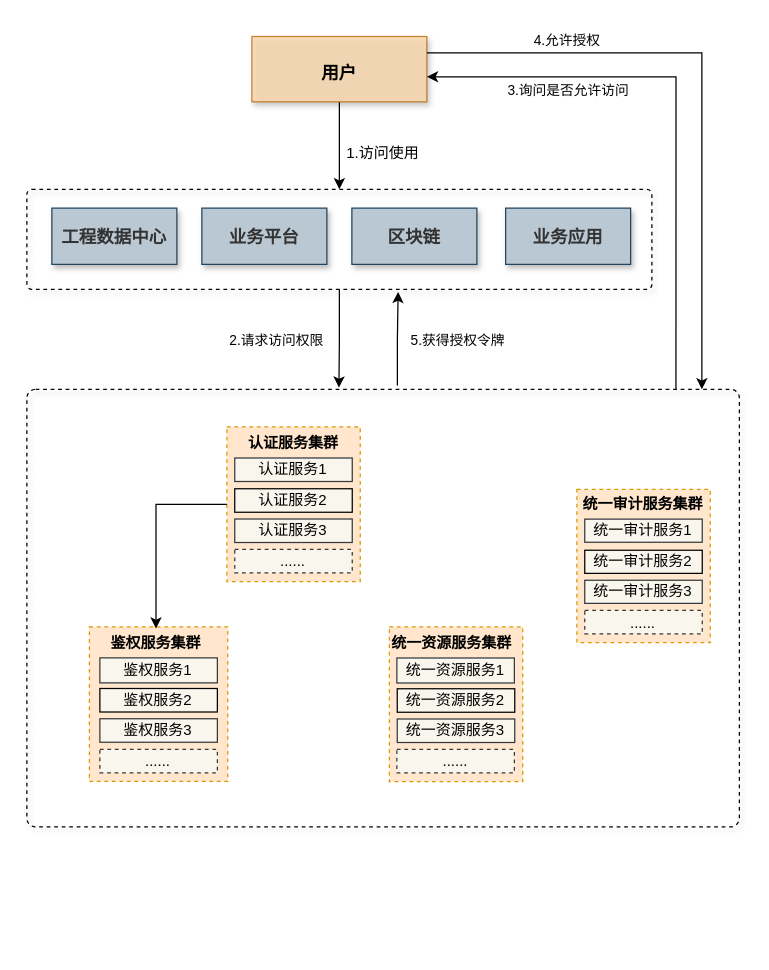
Earlier version of the draw.io diagram page "第 1 页" (1 of 2) of 东庄信息化项目-统一权限管理1.drawio (sun-beijixing/drawio). Source tidied: cells renumbered, new cells numbered last; positions are measured from the earlier drawing's top-left corner, leaving out a move shared by most shapes. Both pictures are drawn from the tidied source at 125%, with x=0, y=0 at pixel (26, 26).
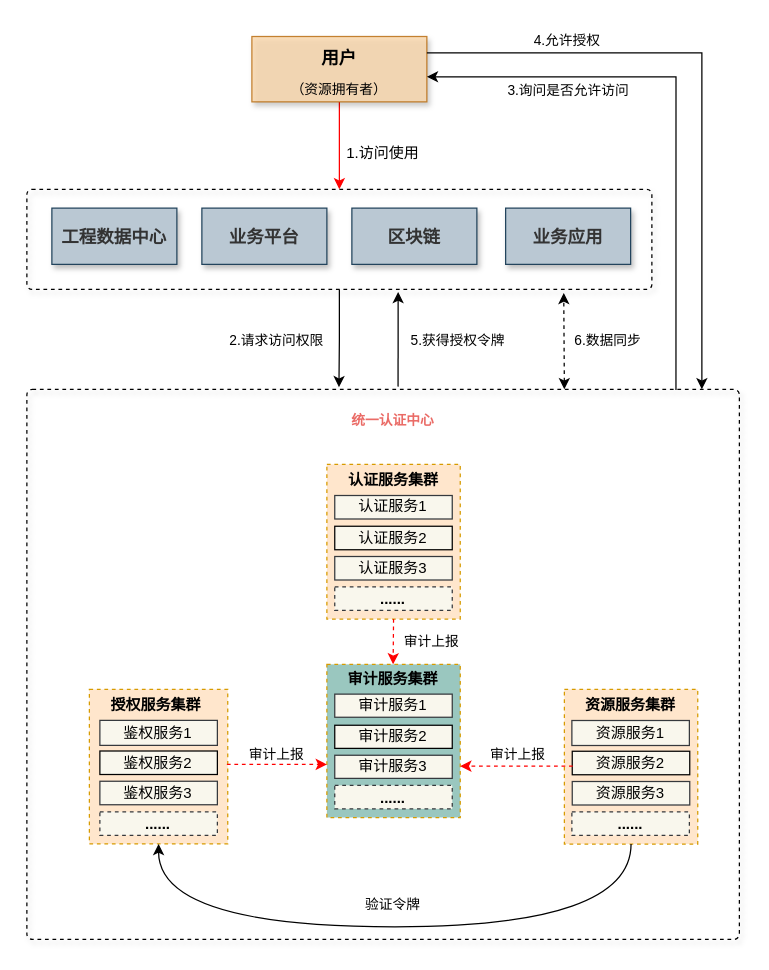
Above is the later version.

Commit message:
更新东庄信息化项目-统一权限管理1.drawio

Unchanged cells that the change refers to:
```xml
<mxCell id="2" style="rounded=1;whiteSpace=wrap;html=1;shadow=1;fontSize=11;strokeWidth=1;fillColor=none;dashed=1;arcSize=5;" parent="1" vertex="1">
  <mxGeometry y="130" width="500" height="80" as="geometry" />
</mxCell>
<mxCell id="13" style="rounded=0;whiteSpace=wrap;html=1;shadow=0;glass=0;sketch=0;fillColor=#ffe6cc;strokeColor=#d79b00;dashed=1;" parent="12" vertex="1">
  <mxGeometry width="106.7" height="123.7" as="geometry" />
</mxCell>
<mxCell id="20" style="rounded=0;whiteSpace=wrap;html=1;shadow=0;glass=0;sketch=0;fillColor=#ffe6cc;strokeColor=#d79b00;dashed=1;" parent="19" vertex="1">
  <mxGeometry width="106.7" height="123.7" as="geometry" />
</mxCell>
<mxCell id="27" style="rounded=0;whiteSpace=wrap;html=1;shadow=0;glass=0;sketch=0;fillColor=#ffe6cc;strokeColor=#d79b00;dashed=1;" parent="26" vertex="1">
  <mxGeometry width="110.7" height="123.6" as="geometry" />
</mxCell>
```

Change to the diagram source:
```diff
@@
-    <mxCell id="3" style="text;html=1;fillColor=none;align=center;verticalAlign=middle;whiteSpace=wrap;fontSize=54;fontStyle=1;shadow=1;rounded=1;glass=0;sketch=0;arcSize=2;dashed=1;strokeWidth=1;strokeColor=default;" parent="1" vertex="1">
-      <mxGeometry y="290" width="570" height="350" as="geometry" />
+    <mxCell id="3" style="text;html=1;fillColor=none;align=center;verticalAlign=middle;whiteSpace=wrap;fontSize=54;fontStyle=1;shadow=1;rounded=1;glass=0;sketch=0;arcSize=1;dashed=1;strokeWidth=1;strokeColor=default;" parent="1" vertex="1">
+      <mxGeometry y="290" width="570" height="440" as="geometry" />
     </mxCell>
@@
     <mxCell id="5" style="group;" parent="1" vertex="1">
-      <mxGeometry x="440" y="370" width="106.7" height="122.5" as="geometry" />
+      <mxGeometry x="240" y="510" width="106.7" height="122.5" as="geometry" />
     </mxCell>
-    <mxCell id="6" style="rounded=0;whiteSpace=wrap;html=1;shadow=0;glass=0;sketch=0;fillColor=#ffe6cc;strokeColor=#d79b00;dashed=1;" parent="5" vertex="1">
+    <mxCell id="6" style="rounded=0;whiteSpace=wrap;html=1;shadow=0;glass=0;sketch=0;fillColor=#9AC7BF;strokeColor=#d79b00;dashed=1;" parent="5" vertex="1">
       <mxGeometry width="106.7" height="122.5" as="geometry" />
     </mxCell>
-    <mxCell id="7" value="&lt;font style=&quot;font-size: 12px;&quot;&gt;&lt;b&gt;统一审计服务集群&lt;/b&gt;&lt;/font&gt;" style="text;html=1;strokeColor=none;fillColor=none;align=center;verticalAlign=middle;whiteSpace=wrap;rounded=0;shadow=1;fontSize=16;" parent="5" vertex="1">
+    <mxCell id="7" value="&lt;font style=&quot;font-size: 12px;&quot;&gt;&lt;b&gt;审计服务集群&lt;/b&gt;&lt;/font&gt;" style="text;html=1;strokeColor=none;fillColor=none;align=center;verticalAlign=middle;whiteSpace=wrap;rounded=0;shadow=1;fontSize=16;" parent="5" vertex="1">
       <mxGeometry x="3.3" y="0.4" width="100" height="18.5" as="geometry" />
     </mxCell>
-    <mxCell id="8" value="统一审计服务1" style="rounded=0;whiteSpace=wrap;html=1;shadow=0;fontSize=12;fillColor=#f9f7ed;strokeColor=#36393d;" parent="5" vertex="1">
+    <mxCell id="8" value="审计服务1" style="rounded=0;whiteSpace=wrap;html=1;shadow=0;fontSize=12;fillColor=#f9f7ed;strokeColor=#36393d;" parent="5" vertex="1">
       <mxGeometry x="6.3" y="23.8" width="94" height="18.5" as="geometry" />
     </mxCell>
-    <mxCell id="9" value="统一审计服务2" style="rounded=0;whiteSpace=wrap;html=1;shadow=0;fontSize=12;fillColor=#f9f7ed;strokeColor=default;" parent="5" vertex="1">
+    <mxCell id="9" value="审计服务2" style="rounded=0;whiteSpace=wrap;html=1;shadow=0;fontSize=12;fillColor=#f9f7ed;strokeColor=default;" parent="5" vertex="1">
       <mxGeometry x="6.3" y="48.7" width="94" height="18.5" as="geometry" />
     </mxCell>
-    <mxCell id="10" value="统一审计服务3" style="rounded=0;whiteSpace=wrap;html=1;shadow=0;fontSize=12;fillColor=#f9f7ed;strokeColor=#36393d;" parent="5" vertex="1">
+    <mxCell id="10" value="审计服务3" style="rounded=0;whiteSpace=wrap;html=1;shadow=0;fontSize=12;fillColor=#f9f7ed;strokeColor=#36393d;" parent="5" vertex="1">
       <mxGeometry x="6.3" y="72.7" width="94" height="18.5" as="geometry" />
     </mxCell>
-    <mxCell id="11" value="......" style="rounded=0;whiteSpace=wrap;html=1;shadow=0;fontSize=12;fillColor=#f9f7ed;strokeColor=#36393d;dashed=1;verticalAlign=bottom;align=center;" parent="5" vertex="1">
+    <mxCell id="11" value="&lt;b&gt;......&lt;/b&gt;" style="rounded=0;whiteSpace=wrap;html=1;shadow=0;fontSize=12;fillColor=#f9f7ed;strokeColor=#36393d;dashed=1;verticalAlign=bottom;align=center;" parent="5" vertex="1">
       <mxGeometry x="6.3" y="96.8" width="94" height="18.8" as="geometry" />
     </mxCell>
     <mxCell id="12" style="group;" parent="1" vertex="1">
-      <mxGeometry x="160" y="320" width="106.7" height="123.7" as="geometry" />
+      <mxGeometry x="240" y="350" width="106.7" height="123.7" as="geometry" />
     </mxCell>
@@
-    <mxCell id="18" value="......" style="rounded=0;whiteSpace=wrap;html=1;shadow=0;fontSize=12;fillColor=#f9f7ed;strokeColor=#36393d;dashed=1;verticalAlign=bottom;align=center;" parent="12" vertex="1">
+    <mxCell id="18" value="&lt;b&gt;......&lt;/b&gt;" style="rounded=0;whiteSpace=wrap;html=1;shadow=0;fontSize=12;fillColor=#f9f7ed;strokeColor=#36393d;dashed=1;verticalAlign=bottom;align=center;" parent="12" vertex="1">
       <mxGeometry x="6.3" y="98" width="94" height="18.8" as="geometry" />
     </mxCell>
     <mxCell id="19" style="group;" parent="1" vertex="1">
-      <mxGeometry x="290" y="480" width="106.7" height="123.7" as="geometry" />
+      <mxGeometry x="430" y="530" width="106.7" height="123.7" as="geometry" />
     </mxCell>
@@
-    <mxCell id="21" value="&lt;font style=&quot;font-size: 12px;&quot;&gt;&lt;b&gt;统一资源服务集群&lt;/b&gt;&lt;/font&gt;" style="text;html=1;strokeColor=none;fillColor=none;align=center;verticalAlign=middle;whiteSpace=wrap;rounded=0;shadow=1;fontSize=16;" parent="19" vertex="1">
-      <mxGeometry y="1.2" width="100" height="18.8" as="geometry" />
+    <mxCell id="21" value="&lt;font style=&quot;font-size: 12px;&quot;&gt;&lt;b&gt;资源服务集群&lt;/b&gt;&lt;/font&gt;" style="text;html=1;strokeColor=none;fillColor=none;align=center;verticalAlign=middle;whiteSpace=wrap;rounded=0;shadow=1;fontSize=16;" parent="19" vertex="1">
+      <mxGeometry x="3" y="1.2" width="100" height="18.8" as="geometry" />
     </mxCell>
-    <mxCell id="22" value="统一资源服务1" style="rounded=0;whiteSpace=wrap;html=1;shadow=0;fontSize=12;fillColor=#f9f7ed;strokeColor=#36393d;" parent="19" vertex="1">
+    <mxCell id="22" value="资源服务1" style="rounded=0;whiteSpace=wrap;html=1;shadow=0;fontSize=12;fillColor=#f9f7ed;strokeColor=#36393d;" parent="19" vertex="1">
       <mxGeometry x="6" y="24.9" width="94" height="20" as="geometry" />
     </mxCell>
-    <mxCell id="23" value="统一资源服务2" style="rounded=0;whiteSpace=wrap;html=1;shadow=0;fontSize=12;fillColor=#f9f7ed;strokeColor=default;" parent="19" vertex="1">
+    <mxCell id="23" value="资源服务2" style="rounded=0;whiteSpace=wrap;html=1;shadow=0;fontSize=12;fillColor=#f9f7ed;strokeColor=default;" parent="19" vertex="1">
       <mxGeometry x="6.3" y="49.5" width="94" height="18.8" as="geometry" />
     </mxCell>
-    <mxCell id="24" value="统一资源服务3" style="rounded=0;whiteSpace=wrap;html=1;shadow=0;fontSize=12;fillColor=#f9f7ed;strokeColor=#36393d;" parent="19" vertex="1">
+    <mxCell id="24" value="资源服务3" style="rounded=0;whiteSpace=wrap;html=1;shadow=0;fontSize=12;fillColor=#f9f7ed;strokeColor=#36393d;" parent="19" vertex="1">
       <mxGeometry x="6.3" y="73.7" width="94" height="18.8" as="geometry" />
     </mxCell>
-    <mxCell id="25" value="......" style="rounded=0;whiteSpace=wrap;html=1;shadow=0;fontSize=12;fillColor=#f9f7ed;strokeColor=#36393d;dashed=1;verticalAlign=bottom;align=center;" parent="19" vertex="1">
+    <mxCell id="25" value="&lt;b&gt;......&lt;/b&gt;" style="rounded=0;whiteSpace=wrap;html=1;shadow=0;fontSize=12;fillColor=#f9f7ed;strokeColor=#36393d;dashed=1;verticalAlign=bottom;align=center;" parent="19" vertex="1">
       <mxGeometry x="6" y="98" width="94" height="18.8" as="geometry" />
     </mxCell>
     <mxCell id="26" style="group;" parent="1" vertex="1">
-      <mxGeometry x="50" y="480" width="110.7" height="123.6" as="geometry" />
+      <mxGeometry x="50" y="530" width="110.7" height="123.6" as="geometry" />
     </mxCell>
@@
-    <mxCell id="28" value="&lt;font style=&quot;font-size: 12px;&quot;&gt;&lt;b&gt;鉴权服务集群&lt;/b&gt;&lt;/font&gt;" style="text;html=1;strokeColor=none;fillColor=none;align=center;verticalAlign=middle;whiteSpace=wrap;rounded=0;shadow=1;fontSize=16;" parent="26" vertex="1">
+    <mxCell id="28" value="&lt;font style=&quot;font-size: 12px;&quot;&gt;&lt;b&gt;授权服务集群&lt;/b&gt;&lt;/font&gt;" style="text;html=1;strokeColor=none;fillColor=none;align=center;verticalAlign=middle;whiteSpace=wrap;rounded=0;shadow=1;fontSize=16;" parent="26" vertex="1">
       <mxGeometry x="13.8" y="1.3" width="79" height="18.8" as="geometry" />
     </mxCell>
@@
-    <mxCell id="32" value="......" style="rounded=0;whiteSpace=wrap;html=1;shadow=0;fontSize=12;fillColor=#f9f7ed;strokeColor=#36393d;dashed=1;verticalAlign=bottom;align=center;" parent="26" vertex="1">
+    <mxCell id="32" value="&lt;b&gt;......&lt;/b&gt;" style="rounded=0;whiteSpace=wrap;html=1;shadow=0;fontSize=12;fillColor=#f9f7ed;strokeColor=#36393d;dashed=1;verticalAlign=bottom;align=center;" parent="26" vertex="1">
       <mxGeometry x="8.4" y="97.9" width="94" height="18.8" as="geometry" />
     </mxCell>
-    <mxCell id="33" style="edgeStyle=orthogonalEdgeStyle;rounded=0;jumpStyle=none;jettySize=auto;html=1;fontSize=14;" parent="1" edge="1" source="13" target="28">
-      <mxGeometry relative="1" as="geometry" />
-    </mxCell>
-    <mxCell id="34" style="edgeStyle=orthogonalEdgeStyle;rounded=0;jumpStyle=none;jettySize=auto;html=1;entryX=0.5;entryY=0;entryDx=0;entryDy=0;fontSize=14;" parent="1" edge="1" source="35" target="2">
+    <mxCell id="34" style="edgeStyle=orthogonalEdgeStyle;rounded=0;jumpStyle=none;jettySize=auto;html=1;entryX=0.5;entryY=0;entryDx=0;entryDy=0;fontSize=14;strokeColor=#FF0000;" parent="1" edge="1" source="35" target="2">
       <mxGeometry relative="1" as="geometry" />
     </mxCell>
-    <mxCell id="35" value="&lt;font style=&quot;font-size: 14px;&quot;&gt;&lt;b&gt;用户&lt;/b&gt;&lt;/font&gt;" style="rounded=0;whiteSpace=wrap;html=1;shadow=1;glass=0;sketch=0;fontSize=20;fillColor=#fad7ac;strokeColor=#b46504;opacity=80;" parent="1" vertex="1">
+    <mxCell id="35" value="&lt;font style=&quot;&quot;&gt;&lt;span style=&quot;font-weight: bold; font-size: 14px;&quot;&gt;用户&lt;br&gt;&lt;/span&gt;&lt;font style=&quot;font-size: 11px;&quot;&gt;（资源拥有者）&lt;/font&gt;&lt;/font&gt;" style="rounded=0;whiteSpace=wrap;html=1;shadow=1;glass=0;sketch=0;fontSize=20;fillColor=#fad7ac;strokeColor=#b46504;opacity=80;" parent="1" vertex="1">
       <mxGeometry x="180" y="7.7" width="140" height="52.3" as="geometry" />
     </mxCell>
@@
-    <mxCell id="46" style="edgeStyle=orthogonalEdgeStyle;elbow=horizontal;endArrow=classic;html=1;rounded=0;jumpStyle=none;entryX=0.594;entryY=1.025;entryDx=0;entryDy=0;entryPerimeter=0;exitX=0.52;exitY=-0.009;exitDx=0;exitDy=0;exitPerimeter=0;" parent="1" edge="1" source="3" target="2">
+    <mxCell id="46" style="edgeStyle=orthogonalEdgeStyle;elbow=horizontal;endArrow=classic;html=1;rounded=0;jumpStyle=none;entryX=0.594;entryY=1.025;entryDx=0;entryDy=0;entryPerimeter=0;exitX=0.521;exitY=-0.005;exitDx=0;exitDy=0;exitPerimeter=0;" parent="1" edge="1" source="3" target="2">
       <mxGeometry relative="1" as="geometry" />
     </mxCell>
@@
+    <mxCell id="48" style="edgeStyle=orthogonalEdgeStyle;rounded=0;jumpStyle=none;orthogonalLoop=1;jettySize=auto;html=1;fontSize=14;dashed=1;strokeColor=#FF0000;" parent="1" edge="1">
+      <mxGeometry relative="1" as="geometry">
+        <mxPoint x="436.7" y="591.4" as="sourcePoint" />
+        <mxPoint x="346.7" y="591.4" as="targetPoint" />
+      </mxGeometry>
+    </mxCell>
+    <mxCell id="49" style="edgeStyle=orthogonalEdgeStyle;rounded=0;jumpStyle=none;orthogonalLoop=1;jettySize=auto;html=1;fontSize=14;dashed=1;strokeColor=#FF0000;" parent="1" edge="1">
+      <mxGeometry relative="1" as="geometry">
+        <mxPoint x="160" y="590" as="sourcePoint" />
+        <mxPoint x="240" y="590" as="targetPoint" />
+      </mxGeometry>
+    </mxCell>
+    <mxCell id="50" style="edgeStyle=orthogonalEdgeStyle;rounded=0;jumpStyle=none;jettySize=auto;html=1;fontSize=14;exitX=0.5;exitY=1;exitDx=0;exitDy=0;dashed=1;strokeColor=#FF0000;" parent="1" edge="1" source="13">
+      <mxGeometry relative="1" as="geometry">
+        <mxPoint x="293" y="510" as="targetPoint" />
+      </mxGeometry>
+    </mxCell>
+    <mxCell id="51" value="&lt;b&gt;&lt;font color=&quot;#ea6b66&quot;&gt;统一认证中心&lt;/font&gt;&lt;/b&gt;" style="text;html=1;strokeColor=none;fillColor=none;align=center;verticalAlign=middle;whiteSpace=wrap;rounded=0;shadow=1;fontSize=11;" parent="1" vertex="1">
+      <mxGeometry x="223.3" y="300" width="140" height="30" as="geometry" />
+    </mxCell>
+    <mxCell id="52" style="edgeStyle=orthogonalEdgeStyle;rounded=0;jumpStyle=none;jettySize=auto;html=1;fontSize=14;curved=1;exitX=0.5;exitY=1;exitDx=0;exitDy=0;entryX=0.5;entryY=1;entryDx=0;entryDy=0;" parent="1" edge="1" source="20" target="27">
+      <mxGeometry relative="1" as="geometry">
+        <Array as="points">
+          <mxPoint x="483" y="720" />
+          <mxPoint x="105" y="720" />
+        </Array>
+      </mxGeometry>
+    </mxCell>
+    <mxCell id="53" value="&lt;font color=&quot;#000000&quot;&gt;验证令牌&lt;/font&gt;" style="text;html=1;strokeColor=none;fillColor=none;align=center;verticalAlign=middle;whiteSpace=wrap;rounded=0;shadow=1;fontSize=11;fontColor=#97D077;" parent="1" vertex="1">
+      <mxGeometry x="263" y="690" width="60" height="24" as="geometry" />
+    </mxCell>
+    <mxCell id="54" value="&lt;font style=&quot;font-size: 11px;&quot; color=&quot;#000000&quot;&gt;审计上报&lt;/font&gt;" style="text;html=1;strokeColor=none;fillColor=none;align=center;verticalAlign=middle;whiteSpace=wrap;rounded=0;shadow=1;fontSize=11;fontColor=#97D077;" parent="1" vertex="1">
+      <mxGeometry x="363.3" y="570" width="60" height="24" as="geometry" />
+    </mxCell>
+    <mxCell id="55" value="&lt;font style=&quot;font-size: 11px;&quot; color=&quot;#000000&quot;&gt;审计上报&lt;/font&gt;" style="text;html=1;strokeColor=none;fillColor=none;align=center;verticalAlign=middle;whiteSpace=wrap;rounded=0;shadow=1;fontSize=11;fontColor=#97D077;" parent="1" vertex="1">
+      <mxGeometry x="294" y="480" width="60" height="24" as="geometry" />
+    </mxCell>
+    <mxCell id="56" value="&lt;font style=&quot;font-size: 11px;&quot; color=&quot;#000000&quot;&gt;审计上报&lt;/font&gt;" style="text;html=1;strokeColor=none;fillColor=none;align=center;verticalAlign=middle;whiteSpace=wrap;rounded=0;shadow=1;fontSize=11;fontColor=#97D077;" parent="1" vertex="1">
+      <mxGeometry x="170" y="570" width="60" height="24" as="geometry" />
+    </mxCell>
+    <mxCell id="57" value="&lt;font style=&quot;font-size: 11px;&quot;&gt;6.数据同步&lt;/font&gt;" style="text;html=1;strokeColor=none;fillColor=none;align=center;verticalAlign=middle;whiteSpace=wrap;rounded=0;shadow=1;fontSize=14;" parent="1" vertex="1">
+      <mxGeometry x="430" y="240" width="70" height="20" as="geometry" />
+    </mxCell>
+    <mxCell id="58" style="endArrow=classic;startArrow=classic;html=1;rounded=0;dashed=1;fontSize=11;fontColor=#000000;strokeColor=#000000;jumpStyle=none;entryX=0.859;entryY=1.035;entryDx=0;entryDy=0;entryPerimeter=0;" parent="1" edge="1" target="2">
+      <mxGeometry relative="1" as="geometry">
+        <mxPoint x="430" y="290" as="sourcePoint" />
+      </mxGeometry>
+    </mxCell>
```
